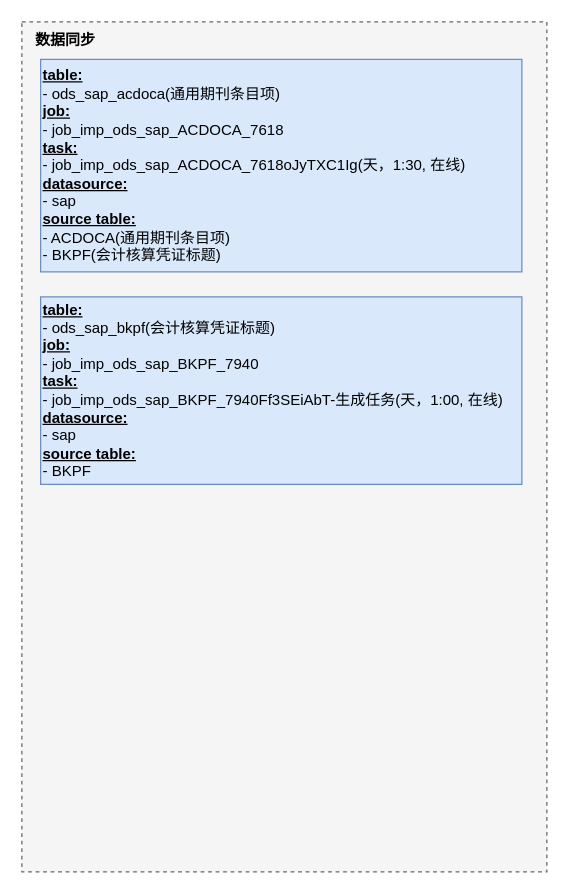
The draw.io diagram bow-bo.drawio in fsJerryChan/fsJerryChan, before the edit. Source tidied: cells renumbered, new cells numbered last; positions are measured from the earlier drawing's top-left corner, leaving out a move shared by most shapes. Both pictures are drawn from the tidied source at 125%, with x=0, y=0 at pixel (21, 21).
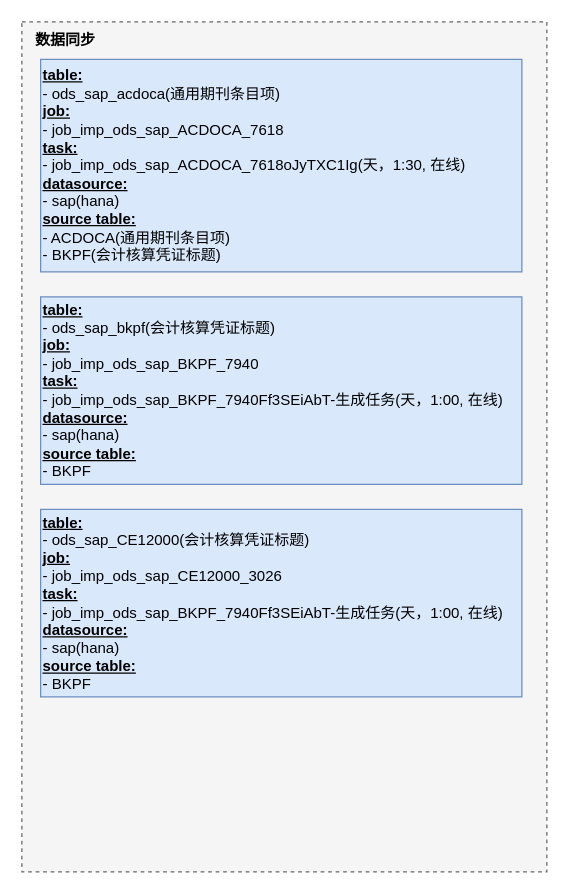
After the change.

The edit, as a diff of the source:
```diff
@@
 <mxGraphModel>
   <root>
     <mxCell id="0" />
     <mxCell id="1" parent="0" />
     <mxCell id="2" style="rounded=0;whiteSpace=wrap;html=1;dashed=1;fillColor=#f5f5f5;fontColor=#333333;strokeColor=#666666;" parent="1" vertex="1">
       <mxGeometry width="420" height="680" as="geometry" />
     </mxCell>
     <mxCell id="3" value="数据同步" style="text;strokeColor=none;align=center;fillColor=none;html=1;verticalAlign=middle;whiteSpace=wrap;rounded=0;fontStyle=1;" parent="1" vertex="1">
       <mxGeometry width="70" height="30" as="geometry" />
     </mxCell>
-    <mxCell id="4" value="&lt;font style=&quot;font-size: 12px;&quot;&gt;&lt;b style=&quot;border-color: var(--border-color);&quot;&gt;&lt;u style=&quot;border-color: var(--border-color);&quot;&gt;table:&lt;/u&gt;&lt;/b&gt;&amp;nbsp;&lt;br style=&quot;border-color: var(--border-color);&quot;&gt;- ods_sap_acdoca(通用期刊条目项)&lt;b style=&quot;border-color: var(--border-color);&quot;&gt;&lt;u style=&quot;border-color: var(--border-color);&quot;&gt;&lt;br style=&quot;border-color: var(--border-color);&quot;&gt;job:&lt;/u&gt;&lt;/b&gt;&lt;br style=&quot;border-color: var(--border-color);&quot;&gt;- job_imp_ods_sap_ACDOCA_7618&lt;br&gt;&lt;u style=&quot;font-weight: bold;&quot;&gt;task:&lt;br&gt;&lt;/u&gt;- job_imp_ods_sap_ACDOCA_7618oJyTXC1Ig(天，1:30,&amp;nbsp;在线)&lt;br&gt;&lt;u style=&quot;font-weight: bold;&quot;&gt;datasource:&lt;/u&gt;&lt;br&gt;- sap&lt;br&gt;&lt;u style=&quot;font-weight: bold;&quot;&gt;source table:&lt;/u&gt;&amp;nbsp;&lt;br&gt;- ACDOCA(通用期刊条目项)&lt;br&gt;- BKPF(会计核算凭证标题)&lt;/font&gt;" style="rounded=0;whiteSpace=wrap;html=1;align=left;fillColor=#dae8fc;strokeColor=#6c8ebf;" parent="1" vertex="1">
+    <mxCell id="4" value="&lt;font style=&quot;font-size: 12px;&quot;&gt;&lt;b style=&quot;border-color: var(--border-color);&quot;&gt;&lt;u style=&quot;border-color: var(--border-color);&quot;&gt;table:&lt;/u&gt;&lt;/b&gt;&amp;nbsp;&lt;br style=&quot;border-color: var(--border-color);&quot;&gt;- ods_sap_acdoca(通用期刊条目项)&lt;b style=&quot;border-color: var(--border-color);&quot;&gt;&lt;u style=&quot;border-color: var(--border-color);&quot;&gt;&lt;br style=&quot;border-color: var(--border-color);&quot;&gt;job:&lt;/u&gt;&lt;/b&gt;&lt;br style=&quot;border-color: var(--border-color);&quot;&gt;- job_imp_ods_sap_ACDOCA_7618&lt;br&gt;&lt;u style=&quot;font-weight: bold;&quot;&gt;task:&lt;br&gt;&lt;/u&gt;- job_imp_ods_sap_ACDOCA_7618oJyTXC1Ig(天，1:30,&amp;nbsp;在线)&lt;br&gt;&lt;u style=&quot;font-weight: bold;&quot;&gt;datasource:&lt;/u&gt;&lt;br&gt;- sap(hana)&lt;br&gt;&lt;u style=&quot;font-weight: bold;&quot;&gt;source table:&lt;/u&gt;&amp;nbsp;&lt;br&gt;- ACDOCA(通用期刊条目项)&lt;br&gt;- BKPF(会计核算凭证标题)&lt;/font&gt;" style="rounded=0;whiteSpace=wrap;html=1;align=left;fillColor=#dae8fc;strokeColor=#6c8ebf;" parent="1" vertex="1">
       <mxGeometry x="15" y="30" width="385" height="170" as="geometry" />
     </mxCell>
-    <mxCell id="5" value="&lt;font style=&quot;&quot;&gt;&lt;b style=&quot;font-size: 12px; border-color: var(--border-color);&quot;&gt;&lt;u style=&quot;border-color: var(--border-color);&quot;&gt;table:&lt;/u&gt;&lt;/b&gt;&amp;nbsp;&lt;br style=&quot;border-color: var(--border-color);&quot;&gt;-&amp;nbsp;ods_sap_bkpf&lt;span style=&quot;background-color: initial;&quot;&gt;(会计核算凭证标题)&lt;/span&gt;&lt;br&gt;&lt;b style=&quot;font-size: 12px; border-color: var(--border-color);&quot;&gt;&lt;u style=&quot;border-color: var(--border-color);&quot;&gt;job:&lt;/u&gt;&lt;/b&gt;&lt;br style=&quot;border-color: var(--border-color);&quot;&gt;-&amp;nbsp;job_imp_ods_sap_BKPF_7940&lt;br&gt;&lt;u style=&quot;font-size: 12px; font-weight: bold;&quot;&gt;task:&lt;br&gt;&lt;/u&gt;-&amp;nbsp;job_imp_ods_sap_BKPF_7940Ff3SEiAbT-生成任务(天，1:00,&amp;nbsp;在线)&lt;br&gt;&lt;u style=&quot;font-size: 12px; font-weight: bold;&quot;&gt;datasource:&lt;/u&gt;&lt;br&gt;- sap&lt;br&gt;&lt;u style=&quot;font-size: 12px; font-weight: bold;&quot;&gt;source table:&lt;/u&gt;&amp;nbsp;&lt;br&gt;-&amp;nbsp;&lt;/font&gt;BKPF" style="rounded=0;whiteSpace=wrap;html=1;align=left;fillColor=#dae8fc;strokeColor=#6c8ebf;" parent="1" vertex="1">
+    <mxCell id="5" value="&lt;font style=&quot;&quot;&gt;&lt;b style=&quot;font-size: 12px; border-color: var(--border-color);&quot;&gt;&lt;u style=&quot;border-color: var(--border-color);&quot;&gt;table:&lt;/u&gt;&lt;/b&gt;&amp;nbsp;&lt;br style=&quot;border-color: var(--border-color);&quot;&gt;-&amp;nbsp;ods_sap_bkpf&lt;span style=&quot;background-color: initial;&quot;&gt;(会计核算凭证标题)&lt;/span&gt;&lt;br&gt;&lt;b style=&quot;font-size: 12px; border-color: var(--border-color);&quot;&gt;&lt;u style=&quot;border-color: var(--border-color);&quot;&gt;job:&lt;/u&gt;&lt;/b&gt;&lt;br style=&quot;border-color: var(--border-color);&quot;&gt;-&amp;nbsp;job_imp_ods_sap_BKPF_7940&lt;br&gt;&lt;u style=&quot;font-size: 12px; font-weight: bold;&quot;&gt;task:&lt;br&gt;&lt;/u&gt;-&amp;nbsp;job_imp_ods_sap_BKPF_7940Ff3SEiAbT-生成任务(天，1:00,&amp;nbsp;在线)&lt;br&gt;&lt;u style=&quot;font-size: 12px; font-weight: bold;&quot;&gt;datasource:&lt;/u&gt;&lt;br&gt;- sap(hana)&lt;br&gt;&lt;u style=&quot;font-size: 12px; font-weight: bold;&quot;&gt;source table:&lt;/u&gt;&amp;nbsp;&lt;br&gt;-&amp;nbsp;&lt;/font&gt;BKPF" style="rounded=0;whiteSpace=wrap;html=1;align=left;fillColor=#dae8fc;strokeColor=#6c8ebf;" parent="1" vertex="1">
       <mxGeometry x="15" y="220" width="385" height="150" as="geometry" />
     </mxCell>
+    <mxCell id="6" value="&lt;font style=&quot;&quot;&gt;&lt;b style=&quot;font-size: 12px; border-color: var(--border-color);&quot;&gt;&lt;u style=&quot;border-color: var(--border-color);&quot;&gt;table:&lt;/u&gt;&lt;/b&gt;&amp;nbsp;&lt;br style=&quot;border-color: var(--border-color);&quot;&gt;-&amp;nbsp;ods_sap_CE12000&lt;span style=&quot;background-color: initial;&quot;&gt;(会计核算凭证标题)&lt;/span&gt;&lt;br&gt;&lt;b style=&quot;font-size: 12px; border-color: var(--border-color);&quot;&gt;&lt;u style=&quot;border-color: var(--border-color);&quot;&gt;job:&lt;/u&gt;&lt;/b&gt;&lt;br style=&quot;border-color: var(--border-color);&quot;&gt;-&amp;nbsp;job_imp_ods_sap_CE12000_3026&lt;br&gt;&lt;u style=&quot;font-size: 12px; font-weight: bold;&quot;&gt;task:&lt;br&gt;&lt;/u&gt;-&amp;nbsp;job_imp_ods_sap_BKPF_7940Ff3SEiAbT-生成任务(天，1:00,&amp;nbsp;在线)&lt;br&gt;&lt;u style=&quot;font-size: 12px; font-weight: bold;&quot;&gt;datasource:&lt;/u&gt;&lt;br&gt;- sap(hana)&lt;br&gt;&lt;u style=&quot;font-size: 12px; font-weight: bold;&quot;&gt;source table:&lt;/u&gt;&amp;nbsp;&lt;br&gt;-&amp;nbsp;&lt;/font&gt;BKPF" style="rounded=0;whiteSpace=wrap;html=1;align=left;fillColor=#dae8fc;strokeColor=#6c8ebf;" parent="1" vertex="1">
+      <mxGeometry x="15" y="390" width="385" height="150" as="geometry" />
+    </mxCell>
   </root>
 </mxGraphModel>
```
